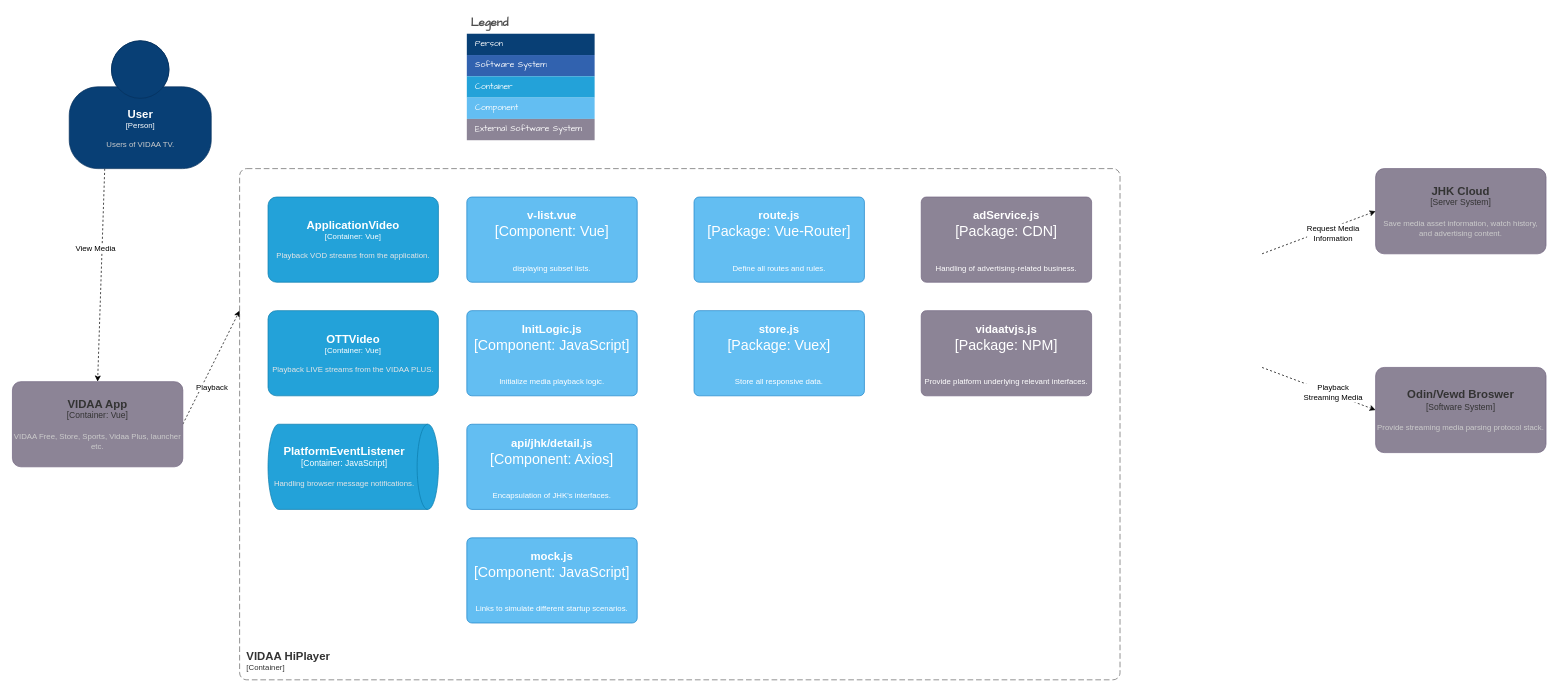
Earlier version of the draw.io diagram page "Container Diagram 容器图" (4 of 6) of HiPlayer.drawio (LeeDebug/drawio). Source tidied: cells renumbered, new cells numbered last; positions are measured from the earlier drawing's top-left corner, leaving out a move shared by most shapes. Both pictures are drawn from the tidied source at 71%, with x=0, y=0 at pixel (12, 12).
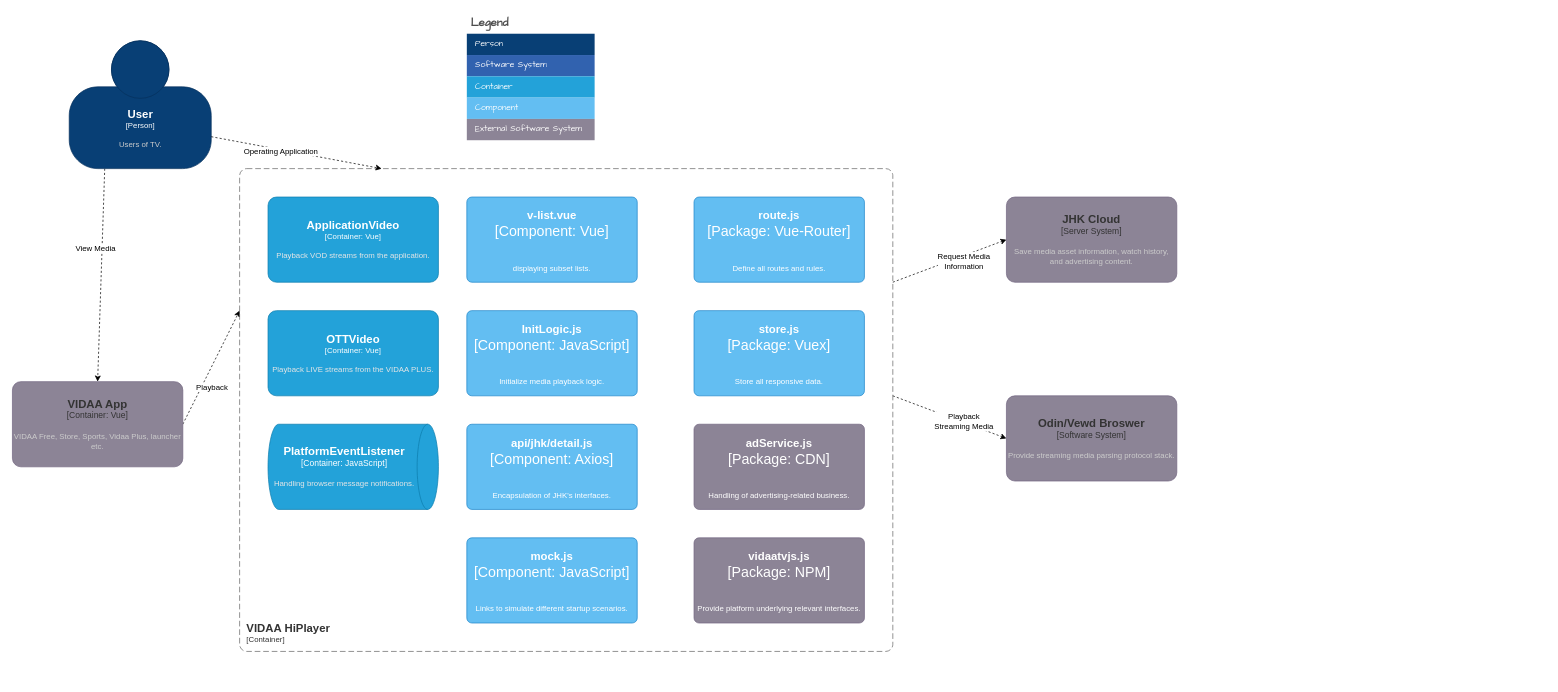
The same diagram, later.

Diff of the diagram source:
```diff
@@
-    <object id="4" label="&lt;font style=&quot;font-size: 16px&quot;&gt;&lt;b&gt;%c4Name%&lt;/b&gt;&lt;/font&gt;&lt;div&gt;[%c4Type%]&lt;/div&gt;&lt;br&gt;&lt;div&gt;&lt;font style=&quot;font-size: 11px&quot;&gt;&lt;font color=&quot;#cccccc&quot;&gt;%c4Description%&lt;/font&gt;&lt;/div&gt;" c4Description="Users of VIDAA TV." c4Name="User" c4Type="Person" placeholders="1">
+    <object id="4" label="&lt;font style=&quot;font-size: 16px&quot;&gt;&lt;b&gt;%c4Name%&lt;/b&gt;&lt;/font&gt;&lt;div&gt;[%c4Type%]&lt;/div&gt;&lt;br&gt;&lt;div&gt;&lt;font style=&quot;font-size: 11px&quot;&gt;&lt;font color=&quot;#cccccc&quot;&gt;%c4Description%&lt;/font&gt;&lt;/div&gt;" c4Description="Users of TV." c4Name="User" c4Type="Person" placeholders="1">
       <mxCell style="html=1;fontSize=11;dashed=0;whitespace=wrap;fillColor=#083F75;strokeColor=#06315C;fontColor=#ffffff;shape=mxgraph.c4.person2;align=center;points=[[0.5,0,0],[1,0.5,0],[1,0.75,0],[0.75,1,0],[0.5,1,0],[0.25,1,0],[0,0.75,0],[0,0.5,0]];" parent="1" vertex="1">
         <mxGeometry x="80" y="40" width="200" height="180" as="geometry" />
       </mxCell>
     </object>
@@
     <object id="8" label="&lt;font style=&quot;font-size: 16px&quot;&gt;&lt;b&gt;%c4Name%&lt;/b&gt;&lt;/font&gt;&lt;div&gt;[%c4Type%]&lt;/div&gt;&lt;br&gt;&lt;div&gt;&lt;font style=&quot;font-size: 11px&quot;&gt;&lt;font color=&quot;#cccccc&quot;&gt;%c4Description%&lt;/font&gt;&lt;/div&gt;" c4Description="Save media asset information, watch history, and advertising content." c4Name="JHK Cloud" c4Type="Server System" placeholders="1">
       <mxCell style="rounded=1;whiteSpace=wrap;html=1;labelBackgroundColor=none;fillColor=#8C8496;align=center;arcSize=10;strokeColor=#736782;points=[[0.25,0,0],[0.5,0,0],[0.75,0,0],[1,0.25,0],[1,0.5,0],[1,0.75,0],[0.75,1,0],[0.5,1,0],[0.25,1,0],[0,0.75,0],[0,0.5,0],[0,0.25,0]];fontColor=#333333;" parent="1" vertex="1">
-        <mxGeometry x="1920" y="220" width="240" height="120" as="geometry" />
+        <mxGeometry x="1400" y="260" width="240" height="120" as="geometry" />
       </mxCell>
     </object>
     <mxCell id="9" style="edgeStyle=none;rounded=0;jettySize=auto;html=1;entryX=0;entryY=0.5;entryDx=0;entryDy=0;entryPerimeter=0;dashed=1;" parent="1" edge="1" target="8">
       <mxGeometry relative="1" as="geometry">
-        <mxPoint x="1760" y="340" as="sourcePoint" />
+        <mxPoint x="1240" y="380" as="sourcePoint" />
       </mxGeometry>
     </mxCell>
@@
     <mxCell id="11" style="edgeStyle=none;rounded=0;jettySize=auto;html=1;entryX=0;entryY=0.5;entryDx=0;entryDy=0;entryPerimeter=0;dashed=1;" parent="1" edge="1" target="13">
       <mxGeometry relative="1" as="geometry">
-        <mxPoint x="1760" y="500" as="sourcePoint" />
+        <mxPoint x="1240" y="540" as="sourcePoint" />
       </mxGeometry>
     </mxCell>
@@
     <object id="13" label="&lt;font style=&quot;font-size: 16px&quot;&gt;&lt;b&gt;%c4Name%&lt;/b&gt;&lt;/font&gt;&lt;div&gt;[%c4Type%]&lt;/div&gt;&lt;br&gt;&lt;div&gt;&lt;font style=&quot;font-size: 11px&quot;&gt;&lt;font color=&quot;#cccccc&quot;&gt;%c4Description%&lt;/font&gt;&lt;/div&gt;" c4Description="Provide streaming media parsing protocol stack." c4Name="Odin/Vewd Broswer" c4Type="Software System" placeholders="1">
       <mxCell style="rounded=1;whiteSpace=wrap;html=1;labelBackgroundColor=none;fillColor=#8C8496;fontColor=#333333;align=center;arcSize=10;strokeColor=#736782;points=[[0.25,0,0],[0.5,0,0],[0.75,0,0],[1,0.25,0],[1,0.5,0],[1,0.75,0],[0.75,1,0],[0.5,1,0],[0.25,1,0],[0,0.75,0],[0,0.5,0],[0,0.25,0]];" parent="1" vertex="1">
-        <mxGeometry x="1920" y="500" width="240" height="120" as="geometry" />
+        <mxGeometry x="1400" y="540" width="240" height="120" as="geometry" />
       </mxCell>
     </object>
     <object id="14" label="&lt;font style=&quot;font-size: 16px&quot;&gt;&lt;b&gt;&lt;div style=&quot;text-align: left&quot;&gt;%c4Name%&lt;/div&gt;&lt;/b&gt;&lt;/font&gt;&lt;div style=&quot;text-align: left&quot;&gt;[%c4Application%]&lt;/div&gt;" c4Application="Container" c4Name="VIDAA HiPlayer" placeholders="1">
       <mxCell style="rounded=1;fontSize=11;whiteSpace=wrap;html=1;dashed=1;arcSize=20;fillColor=none;strokeColor=#666666;fontColor=#333333;labelBackgroundColor=none;align=left;verticalAlign=bottom;labelBorderColor=none;spacingTop=0;spacing=10;dashPattern=8 4;perimeter=rectanglePerimeter;noLabel=0;labelPadding=0;absoluteArcSize=1;" parent="1" vertex="1">
-        <mxGeometry x="320" y="220" width="1240" height="720" as="geometry" />
+        <mxGeometry x="320" y="220" width="920" height="680" as="geometry" />
       </mxCell>
     </object>
@@
     <object id="34" label="&lt;font style=&quot;font-size: 16px&quot;&gt;&lt;b&gt;%c4Name%&lt;/b&gt;&lt;/font&gt;&lt;div&gt;[%c4Type%: %c4Technology%]&lt;/div&gt;&lt;br&gt;&lt;div&gt;&lt;font style=&quot;font-size: 11px&quot;&gt;%c4Description%&lt;/font&gt;&lt;/div&gt;" c4Description="Handling of advertising-related business." c4Name="adService.js" c4Technology="CDN" c4Type="Package" placeholders="1">
       <mxCell style="rounded=1;whiteSpace=wrap;html=1;labelBackgroundColor=none;fillColor=#8C8496;fontColor=#ffffff;align=center;arcSize=6;strokeColor=#736782;hachureGap=4;fontFamily=Helvetica;fontSize=20;" parent="1" vertex="1">
-        <mxGeometry x="1280" y="260" width="240" height="120" as="geometry" />
+        <mxGeometry x="960" y="580" width="240" height="120" as="geometry" />
       </mxCell>
     </object>
     <object id="35" label="&lt;font style=&quot;font-size: 16px&quot;&gt;&lt;b&gt;%c4Name%&lt;/b&gt;&lt;/font&gt;&lt;div&gt;[%c4Type%: %c4Technology%]&lt;/div&gt;&lt;br&gt;&lt;div&gt;&lt;font style=&quot;font-size: 11px&quot;&gt;%c4Description%&lt;/font&gt;&lt;/div&gt;" c4Description="Provide platform underlying relevant interfaces." c4Name="vidaatvjs.js" c4Technology="NPM" c4Type="Package" placeholders="1">
       <mxCell style="rounded=1;whiteSpace=wrap;html=1;labelBackgroundColor=none;fillColor=#8C8496;fontColor=#ffffff;align=center;arcSize=6;strokeColor=#736782;hachureGap=4;fontFamily=Helvetica;fontSize=20;" parent="1" vertex="1">
-        <mxGeometry x="1280" y="420" width="240" height="120" as="geometry" />
+        <mxGeometry x="960" y="740" width="240" height="120" as="geometry" />
       </mxCell>
     </object>
@@
+    <mxCell id="37" style="edgeStyle=none;rounded=0;jettySize=auto;html=1;dashed=1;exitX=1;exitY=0.75;exitDx=0;exitDy=0;exitPerimeter=0;" parent="1" edge="1" source="4">
+      <mxGeometry relative="1" as="geometry">
+        <mxPoint x="520" y="220" as="targetPoint" />
+      </mxGeometry>
+    </mxCell>
+    <mxCell id="38" value="Operating Application" style="edgeLabel;html=1;align=center;verticalAlign=middle;" parent="37" vertex="1">
+      <mxGeometry x="-0.29" y="2" relative="1" as="geometry">
+        <mxPoint x="12" y="6" as="offset" />
+      </mxGeometry>
+    </mxCell>
```
